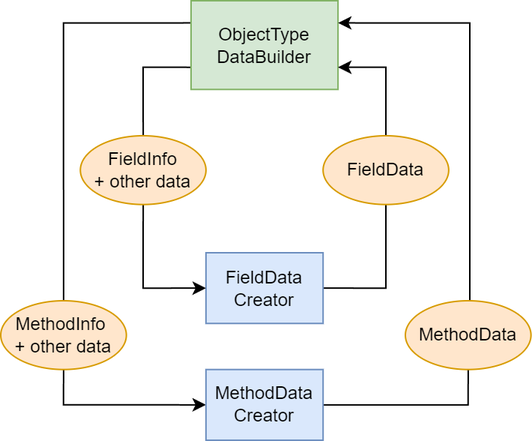
Above: img/assembly-creators.png in VL-CZ/master-thesis (draw.io), before the change. Source tidied: cells renumbered, new cells last; positions are measured from the earlier drawing's top-left corner, leaving out a move shared by most shapes.
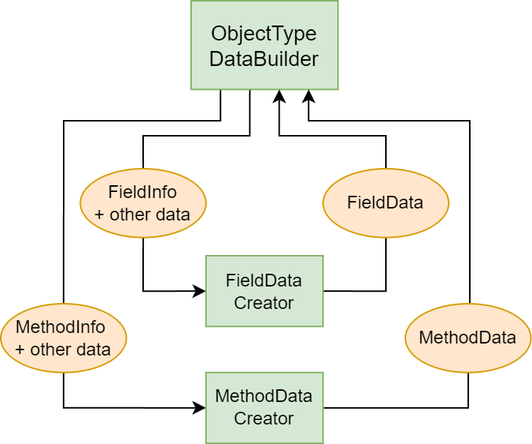
After the commit.

Change to the diagram source:
```diff
@@ -2,64 +2,80 @@
   <root>
     <mxCell id="0" />
     <mxCell id="1" parent="0" />
-    <mxCell id="2" style="edgeStyle=orthogonalEdgeStyle;rounded=0;jettySize=auto;html=1;shape=flexArrow;endWidth=8.326530612244898;endSize=3.222857142857143;width=3.4285714285714284;" parent="1" edge="1" source="x">
+    <mxCell id="2" style="edgeStyle=orthogonalEdgeStyle;rounded=0;orthogonalLoop=1;jettySize=auto;html=1;shape=flexArrow;endWidth=8.326530612244898;endSize=3.222857142857143;width=3.4285714285714284;" parent="1" edge="1">
       <mxGeometry relative="1" as="geometry">
-        <mxPoint x="179.6" y="137.6" as="targetPoint" />
+        <mxPoint x="179.6" y="157.6" as="targetPoint" />
       </mxGeometry>
     </mxCell>
-    <mxCell id="3" style="edgeStyle=orthogonalEdgeStyle;rounded=0;jettySize=auto;html=1;" parent="1" edge="1" source="x">
+    <mxCell id="3" style="edgeStyle=orthogonalEdgeStyle;rounded=0;orthogonalLoop=1;jettySize=auto;html=1;" parent="1" edge="1">
       <mxGeometry relative="1" as="geometry">
-        <mxPoint x="324.5" y="137.6" as="targetPoint" />
+        <mxPoint x="324.5" y="157.6" as="targetPoint" />
       </mxGeometry>
     </mxCell>
-    <mxCell id="4" style="edgeStyle=orthogonalEdgeStyle;rounded=0;jettySize=auto;html=1;exitX=0;exitY=0.75;exitDx=0;exitDy=0;endArrow=none;endFill=0;" parent="1" edge="1" source="6" target="12">
-      <mxGeometry relative="1" as="geometry" />
+    <mxCell id="4" style="edgeStyle=orthogonalEdgeStyle;rounded=0;jettySize=auto;html=1;endArrow=none;endFill=0;exitX=0.4;exitY=1;exitDx=0;exitDy=0;exitPerimeter=0;" parent="1" edge="1" source="6" target="12">
+      <mxGeometry relative="1" as="geometry">
+        <Array as="points">
+          <mxPoint x="166" y="88" />
+          <mxPoint x="95" y="88" />
+        </Array>
+      </mxGeometry>
     </mxCell>
-    <mxCell id="5" style="edgeStyle=orthogonalEdgeStyle;rounded=0;jettySize=auto;html=1;exitX=0;exitY=0.25;exitDx=0;exitDy=0;endArrow=none;endFill=0;" parent="1" edge="1" source="6" target="18">
-      <mxGeometry relative="1" as="geometry" />
+    <mxCell id="5" style="edgeStyle=orthogonalEdgeStyle;rounded=0;jettySize=auto;html=1;endArrow=none;endFill=0;exitX=0.2;exitY=1;exitDx=0;exitDy=0;exitPerimeter=0;" parent="1" edge="1" source="6" target="18">
+      <mxGeometry relative="1" as="geometry">
+        <Array as="points">
+          <mxPoint x="147" y="78" />
+          <mxPoint x="42" y="78" />
+        </Array>
+      </mxGeometry>
     </mxCell>
-    <mxCell id="6" value="ObjectType&lt;br&gt;DataBuilder" style="html=1;whiteSpace=wrap;fillColor=#d5e8d4;strokeColor=#82b366;" parent="1" vertex="1">
-      <mxGeometry x="127" width="98" height="59.1" as="geometry" />
+    <mxCell id="6" value="&lt;font style=&quot;font-size: 14px;&quot;&gt;ObjectType&lt;br&gt;DataBuilder&lt;/font&gt;" style="html=1;whiteSpace=wrap;fillColor=#d5e8d4;strokeColor=#82b366;points=[[0,0,0,0,0],[0,0.25,0,0,0],[0,0.5,0,0,0],[0,0.75,0,0,0],[0,1,0,0,0],[0.2,1,0,0,0],[0.25,0,0,0,0],[0.4,1,0,0,0],[0.5,0,0,0,0],[0.6,1,0,0,0],[0.75,0,0,0,0],[0.8,1,0,0,0],[1,0,0,0,0],[1,0.25,0,0,0],[1,0.5,0,0,0],[1,0.75,0,0,0],[1,1,0,0,0]];" parent="1" vertex="1">
+      <mxGeometry x="127" y="-2" width="98" height="59.1" as="geometry" />
     </mxCell>
     <mxCell id="7" style="edgeStyle=orthogonalEdgeStyle;rounded=0;jettySize=auto;html=1;entryX=0.5;entryY=1;entryDx=0;entryDy=0;exitX=1;exitY=0.5;exitDx=0;exitDy=0;endArrow=none;endFill=0;" parent="1" edge="1" source="8" target="17">
       <mxGeometry relative="1" as="geometry" />
     </mxCell>
-    <mxCell id="8" value="FieldData&lt;br&gt;Creator" style="html=1;whiteSpace=wrap;fillColor=#dae8fc;strokeColor=#6c8ebf;" parent="1" vertex="1">
+    <mxCell id="8" value="FieldData&lt;br&gt;Creator" style="html=1;whiteSpace=wrap;fillColor=#d5e8d4;strokeColor=#82b366;" parent="1" vertex="1">
       <mxGeometry x="136.9" y="168" width="78.2" height="47.1" as="geometry" />
     </mxCell>
-    <mxCell id="9" style="edgeStyle=orthogonalEdgeStyle;rounded=0;jettySize=auto;html=1;entryX=1;entryY=0.75;entryDx=0;entryDy=0;" parent="1" edge="1" source="17" target="6">
-      <mxGeometry relative="1" as="geometry" />
+    <mxCell id="9" style="edgeStyle=orthogonalEdgeStyle;rounded=0;jettySize=auto;html=1;entryX=0.6;entryY=1;entryDx=0;entryDy=0;entryPerimeter=0;" parent="1" edge="1" source="17" target="6">
+      <mxGeometry relative="1" as="geometry">
+        <Array as="points">
+          <mxPoint x="257" y="88" />
+          <mxPoint x="186" y="88" />
+        </Array>
+      </mxGeometry>
     </mxCell>
-    <mxCell id="10" style="edgeStyle=orthogonalEdgeStyle;rounded=0;jettySize=auto;html=1;" parent="1" edge="1" target="x">
+    <mxCell id="10" style="edgeStyle=orthogonalEdgeStyle;rounded=0;orthogonalLoop=1;jettySize=auto;html=1;" parent="1" edge="1">
       <mxGeometry relative="1" as="geometry">
-        <mxPoint x="130.6" y="167.1" as="sourcePoint" />
+        <mxPoint x="130.6" y="187.1" as="sourcePoint" />
       </mxGeometry>
     </mxCell>
     <mxCell id="11" style="edgeStyle=orthogonalEdgeStyle;rounded=0;jettySize=auto;html=1;entryX=0;entryY=0.5;entryDx=0;entryDy=0;exitX=0.5;exitY=1;exitDx=0;exitDy=0;" parent="1" edge="1" source="12" target="8">
       <mxGeometry relative="1" as="geometry" />
     </mxCell>
     <mxCell id="12" value="FieldInfo&lt;div&gt;+ other data&lt;/div&gt;" style="ellipse;whiteSpace=wrap;html=1;fillColor=#ffe6cc;strokeColor=#d79b00;" parent="1" vertex="1">
-      <mxGeometry x="53.1" y="90" width="83.8" height="45.9" as="geometry" />
+      <mxGeometry x="53.1" y="110" width="83.8" height="45.9" as="geometry" />
     </mxCell>
     <mxCell id="13" style="edgeStyle=orthogonalEdgeStyle;rounded=0;jettySize=auto;html=1;exitX=0.5;exitY=1;exitDx=0;exitDy=0;entryX=0;entryY=0.5;entryDx=0;entryDy=0;" parent="1" edge="1" source="18" target="16">
       <mxGeometry relative="1" as="geometry" />
     </mxCell>
-    <mxCell id="14" style="edgeStyle=orthogonalEdgeStyle;rounded=0;jettySize=auto;html=1;entryX=1;entryY=0.25;entryDx=0;entryDy=0;exitX=0.5;exitY=0;exitDx=0;exitDy=0;" parent="1" edge="1" source="19" target="6">
+    <mxCell id="14" style="edgeStyle=orthogonalEdgeStyle;rounded=0;jettySize=auto;html=1;exitX=0.5;exitY=0;exitDx=0;exitDy=0;entryX=0.8;entryY=1;entryDx=0;entryDy=0;entryPerimeter=0;" parent="1" edge="1" source="19" target="6">
       <mxGeometry relative="1" as="geometry">
         <Array as="points">
-          <mxPoint x="313" y="200" />
-          <mxPoint x="313" y="15" />
+          <mxPoint x="313" y="220" />
+          <mxPoint x="313" y="78" />
+          <mxPoint x="205" y="78" />
         </Array>
       </mxGeometry>
     </mxCell>
     <mxCell id="15" style="edgeStyle=orthogonalEdgeStyle;rounded=0;jettySize=auto;html=1;entryX=0.5;entryY=1;entryDx=0;entryDy=0;endArrow=none;endFill=0;" parent="1" edge="1" source="16" target="19">
       <mxGeometry relative="1" as="geometry" />
     </mxCell>
-    <mxCell id="16" value="MethodData&lt;br&gt;Creator" style="html=1;whiteSpace=wrap;fillColor=#dae8fc;strokeColor=#6c8ebf;" parent="1" vertex="1">
+    <mxCell id="16" value="MethodData&lt;br&gt;Creator" style="html=1;whiteSpace=wrap;fillColor=#d5e8d4;strokeColor=#82b366;" parent="1" vertex="1">
       <mxGeometry x="136.9" y="245.9" width="78.2" height="47.1" as="geometry" />
     </mxCell>
     <mxCell id="17" value="FieldData" style="ellipse;whiteSpace=wrap;html=1;fillColor=#ffe6cc;strokeColor=#d79b00;" parent="1" vertex="1">
-      <mxGeometry x="215.1" y="90" width="83.8" height="45.9" as="geometry" />
+      <mxGeometry x="215.1" y="110" width="83.8" height="45.9" as="geometry" />
     </mxCell>
     <mxCell id="18" value="MethodInfo&amp;nbsp;&lt;div&gt;+ other data&lt;/div&gt;" style="ellipse;whiteSpace=wrap;html=1;fillColor=#ffe6cc;strokeColor=#d79b00;" parent="1" vertex="1">
       <mxGeometry y="200" width="83.8" height="45.9" as="geometry" />
```
